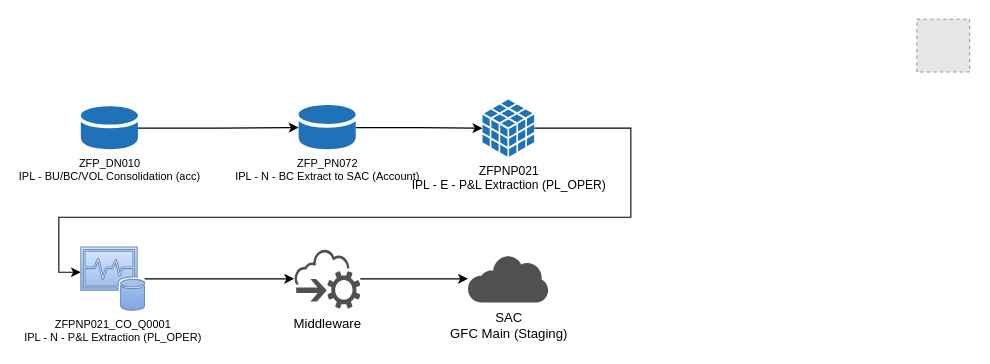
The draw.io diagram NA SAP_Dataflows.drawio in dedefelrodrigues/repo1, before the edit. Source tidied: cells renumbered, new cells numbered last; positions are measured from the earlier drawing's top-left corner, leaving out a move shared by most shapes. Both pictures are drawn from the tidied source at 110%, with x=0, y=0 at pixel (58, 19). Pictures stored in the file or linked from it are replaced by grey dashed boxes.
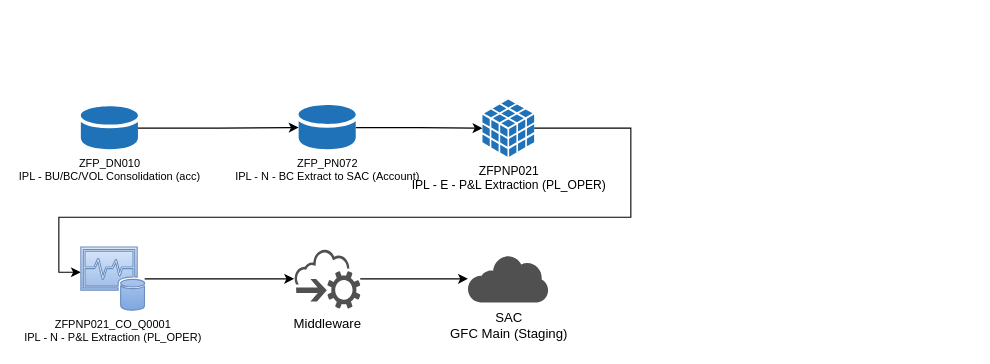
The same page after the edit.

Diff of the diagram source:
```diff
@@
 <mxGraphModel>
   <root>
     <mxCell id="0" />
     <mxCell id="1" parent="0" />
     <mxCell id="2" value="ZFP_DN010&lt;br&gt;IPL - BU/BC/VOL Consolidation (acc)" style="sketch=0;shadow=0;dashed=0;html=1;strokeColor=none;labelPosition=center;verticalLabelPosition=bottom;verticalAlign=top;outlineConnect=0;align=center;shape=mxgraph.office.databases.database_mini_1;fillColor=#2072B8;fontSize=10;" parent="1" vertex="1">
       <mxGeometry x="20" y="79" width="51.9" height="40" as="geometry" />
     </mxCell>
     <mxCell id="3" style="edgeStyle=orthogonalEdgeStyle;rounded=0;jettySize=auto;html=1;" parent="1" edge="1" source="4" target="9">
       <mxGeometry relative="1" as="geometry" />
     </mxCell>
     <mxCell id="4" value="ZFP_PN072&lt;br&gt;IPL - N - BC Extract to SAC (Account)" style="sketch=0;shadow=0;dashed=0;html=1;strokeColor=none;labelPosition=center;verticalLabelPosition=bottom;verticalAlign=top;outlineConnect=0;align=center;shape=mxgraph.office.databases.database_mini_1;fillColor=#2072B8;fontSize=10;" parent="1" vertex="1">
       <mxGeometry x="218" y="78" width="51.9" height="41" as="geometry" />
     </mxCell>
     <mxCell id="5" style="edgeStyle=orthogonalEdgeStyle;rounded=0;jettySize=auto;html=1;" parent="1" edge="1" source="2" target="4">
       <mxGeometry relative="1" as="geometry" />
     </mxCell>
     <mxCell id="6" value="Middleware" style="sketch=0;shadow=0;dashed=0;html=1;strokeColor=none;fillColor=#505050;labelPosition=center;verticalLabelPosition=bottom;outlineConnect=0;verticalAlign=top;align=center;shape=mxgraph.office.clouds.cloud_service_request;" parent="1" vertex="1">
       <mxGeometry x="213.9" y="209" width="60.1" height="54" as="geometry" />
     </mxCell>
-    <mxCell id="7" style="fillColor=#E6E6E6;strokeColor=#999999;dashed=1;verticalLabelPosition=bottom;labelBackgroundColor=default;verticalAlign=top;" parent="1" vertex="1">
-      <mxGeometry x="780" width="48" height="48" as="geometry" />
-    </mxCell>
     <mxCell id="8" style="edgeStyle=orthogonalEdgeStyle;rounded=0;jettySize=auto;html=1;" parent="1" edge="1" source="9" target="11">
       <mxGeometry relative="1" as="geometry">
         <Array as="points">
           <mxPoint x="520" y="99" />
           <mxPoint x="520" y="180" />
           <mxPoint y="180" />
           <mxPoint y="230" />
         </Array>
       </mxGeometry>
     </mxCell>
     <mxCell id="9" value="ZFPNP021&lt;br&gt;IPL - E - P&amp;amp;L Extraction (PL_OPER)" style="sketch=0;shadow=0;dashed=0;html=1;strokeColor=none;labelPosition=center;verticalLabelPosition=bottom;verticalAlign=top;outlineConnect=0;align=center;shape=mxgraph.office.databases.database_cube;fillColor=#2072B8;fontSize=11;" parent="1" vertex="1">
       <mxGeometry x="385.1" y="73" width="47" height="52" as="geometry" />
     </mxCell>
     <mxCell id="10" style="edgeStyle=orthogonalEdgeStyle;rounded=0;jettySize=auto;html=1;" parent="1" edge="1" source="11" target="6">
       <mxGeometry relative="1" as="geometry" />
     </mxCell>
     <mxCell id="11" value="ZFPNP021_CO_Q0001&lt;br&gt;IPL - N - P&amp;amp;L Extraction (PL_OPER)" style="sketch=0;shadow=0;dashed=0;html=1;strokeColor=#6c8ebf;fillColor=#dae8fc;labelPosition=center;verticalLabelPosition=bottom;verticalAlign=top;outlineConnect=0;align=center;shape=mxgraph.office.databases.monitoring_store;gradientColor=#7ea6e0;fontSize=10;" parent="1" vertex="1">
       <mxGeometry x="20" y="207" width="58" height="58" as="geometry" />
     </mxCell>
     <mxCell id="12" value="SAC&lt;br&gt;GFC Main (Staging)" style="sketch=0;shadow=0;dashed=0;html=1;strokeColor=none;fillColor=#505050;labelPosition=center;verticalLabelPosition=bottom;outlineConnect=0;verticalAlign=top;align=center;shape=mxgraph.office.clouds.private_cloud;" parent="1" vertex="1">
       <mxGeometry x="371.9" y="214.5" width="73.5" height="43" as="geometry" />
     </mxCell>
     <mxCell id="13" style="edgeStyle=orthogonalEdgeStyle;rounded=0;jettySize=auto;html=1;" parent="1" edge="1" source="6" target="12">
       <mxGeometry relative="1" as="geometry" />
     </mxCell>
   </root>
 </mxGraphModel>
```
